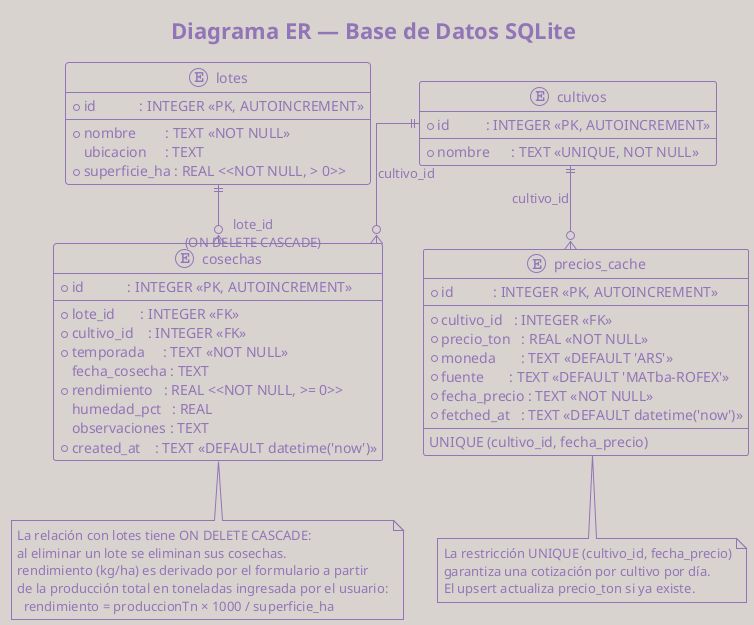
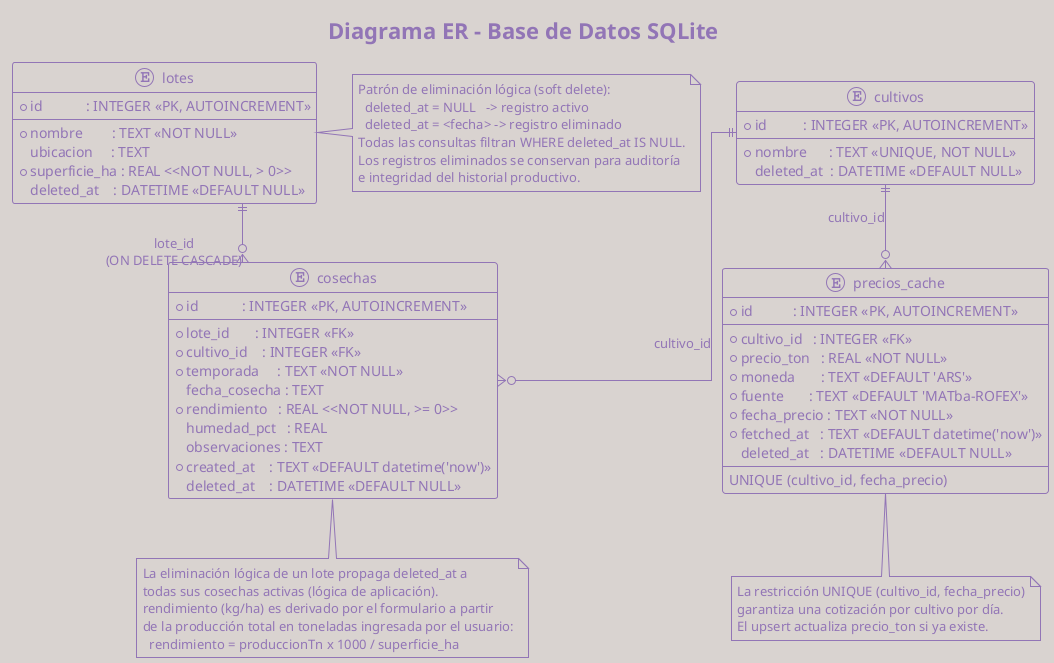
@startuml er-database
- title Diagrama ER — Base de Datos SQLite
+ title Diagrama ER - Base de Datos SQLite

skinparam shadowing false
skinparam linetype ortho

!theme mimeograph

entity "cultivos" as cultivos {
  * id          : INTEGER <<PK, AUTOINCREMENT>>
  --
  * nombre      : TEXT <<UNIQUE, NOT NULL>>
+     deleted_at  : DATETIME <<DEFAULT NULL>>
}

entity "lotes" as lotes {
  * id            : INTEGER <<PK, AUTOINCREMENT>>
  --
  * nombre        : TEXT <<NOT NULL>>
    ubicacion     : TEXT
  * superficie_ha : REAL <<NOT NULL, > 0>>
+     deleted_at    : DATETIME <<DEFAULT NULL>>
}

entity "cosechas" as cosechas {
  * id            : INTEGER <<PK, AUTOINCREMENT>>
  --
  * lote_id       : INTEGER <<FK>>
  * cultivo_id    : INTEGER <<FK>>
  * temporada     : TEXT <<NOT NULL>>
    fecha_cosecha : TEXT
  * rendimiento   : REAL <<NOT NULL, >= 0>>
    humedad_pct   : REAL
    observaciones : TEXT
  * created_at    : TEXT <<DEFAULT datetime('now')>>
+     deleted_at    : DATETIME <<DEFAULT NULL>>
}

entity "precios_cache" as precios {
  * id           : INTEGER <<PK, AUTOINCREMENT>>
  --
  * cultivo_id   : INTEGER <<FK>>
  * precio_ton   : REAL <<NOT NULL>>
  * moneda       : TEXT <<DEFAULT 'ARS'>>
  * fuente       : TEXT <<DEFAULT 'MATba-ROFEX'>>
  * fecha_precio : TEXT <<NOT NULL>>
  * fetched_at   : TEXT <<DEFAULT datetime('now')>>
+     deleted_at   : DATETIME <<DEFAULT NULL>>
  --
  UNIQUE (cultivo_id, fecha_precio)
}

lotes    ||--o{ cosechas : "lote_id\n(ON DELETE CASCADE)"
cultivos ||--o{ cosechas : "cultivo_id"
cultivos ||--o{ precios  : "cultivo_id"

note bottom of precios
  La restricción UNIQUE (cultivo_id, fecha_precio)
  garantiza una cotización por cultivo por día.
  El upsert actualiza precio_ton si ya existe.
end note

note bottom of cosechas
-   La relación con lotes tiene ON DELETE CASCADE:
-   al eliminar un lote se eliminan sus cosechas.
+   La eliminación lógica de un lote propaga deleted_at a
+   todas sus cosechas activas (lógica de aplicación).
  rendimiento (kg/ha) es derivado por el formulario a partir
  de la producción total en toneladas ingresada por el usuario:
-     rendimiento = produccionTn × 1000 / superficie_ha
+     rendimiento = produccionTn x 1000 / superficie_ha
+ end note
+ 
+ note right of lotes
+   Patrón de eliminación lógica (soft delete):
+     deleted_at = NULL   -> registro activo
+     deleted_at = <fecha> -> registro eliminado
+   Todas las consultas filtran WHERE deleted_at IS NULL.
+   Los registros eliminados se conservan para auditoría
+   e integridad del historial productivo.
end note

@enduml
